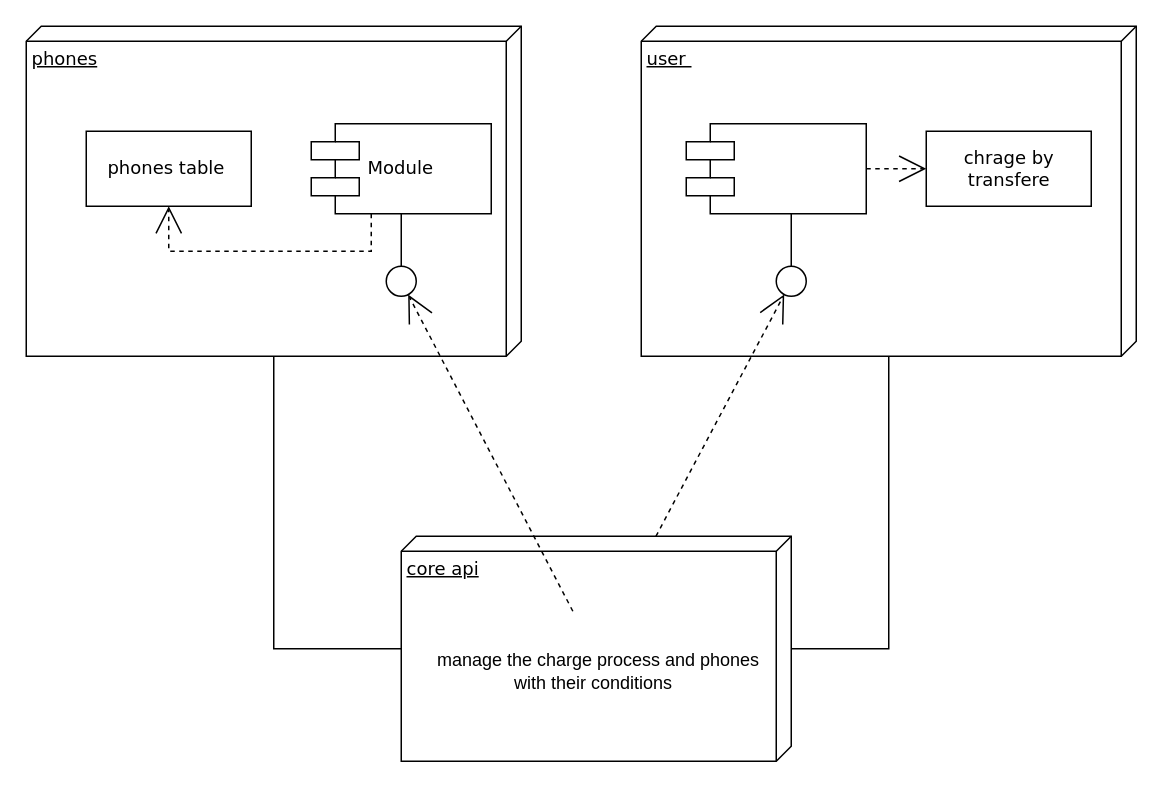
Before: page "Page-1" (1 of 3) of Untitled Diagram.drawio in IQ-Devs/gate, a draw.io diagram. Source tidied: cells renumbered, new cells numbered last; positions are measured from the earlier drawing's top-left corner, leaving out a move shared by most shapes. Both pictures are drawn from the tidied source at 150%, with x=0, y=0 at pixel (26, 26).
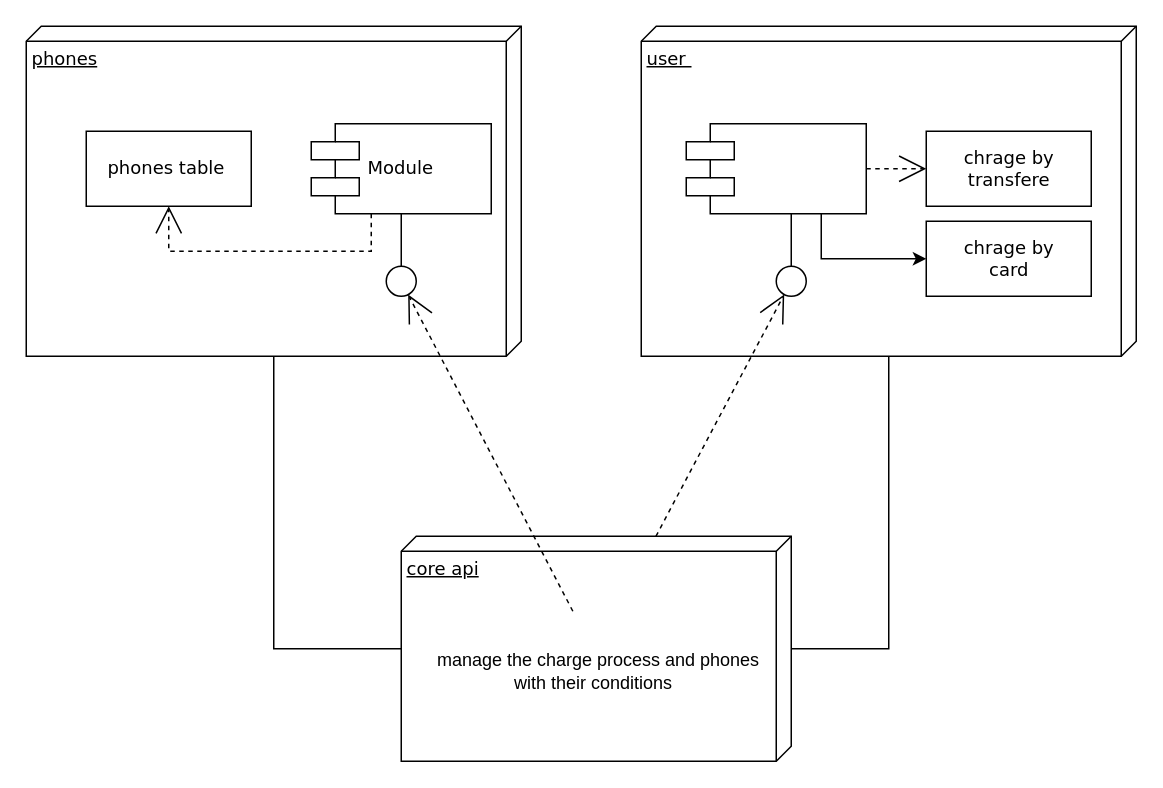
The same page after the edit.

Unchanged cells that the change refers to:
```xml
<mxCell id="8" style="shape=component;align=left;spacingLeft=36;rounded=0;shadow=0;comic=0;labelBackgroundColor=none;strokeWidth=1;fontFamily=Verdana;fontSize=12;html=1;" parent="1" vertex="1">
  <mxGeometry x="440" y="65" width="120" height="60" as="geometry" />
</mxCell>
```

What changed in the source:
```diff
@@
+    <mxCell id="20" style="edgeStyle=orthogonalEdgeStyle;rounded=0;jettySize=auto;html=1;exitX=0.75;exitY=1;exitDx=0;exitDy=0;entryX=0;entryY=0.5;entryDx=0;entryDy=0;" parent="1" edge="1" source="8" target="21">
+      <mxGeometry relative="1" as="geometry" />
+    </mxCell>
@@
+    <mxCell id="21" value="chrage by &lt;br&gt;card" style="html=1;rounded=0;shadow=0;comic=0;labelBackgroundColor=none;strokeWidth=1;fontFamily=Verdana;fontSize=12;align=center;" parent="1" vertex="1">
+      <mxGeometry x="600" y="130" width="110" height="50" as="geometry" />
+    </mxCell>
```
